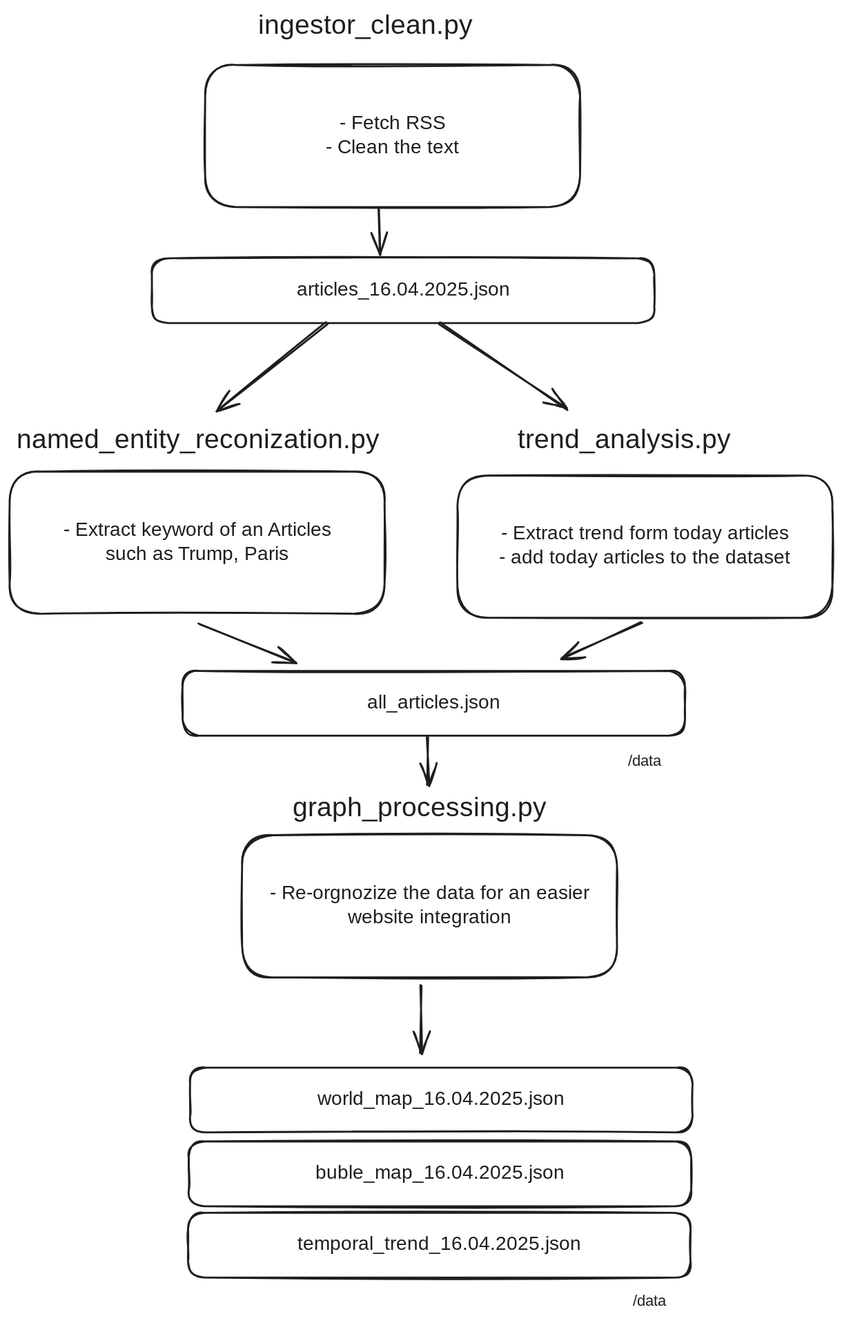
Before: milestones/res/pipeline.excalidraw.svg, a diagram exported from Excalidraw (com-480-data-visualization/NewsMaster). Source tidied: one line per element, renumbered; positions are measured from the earlier drawing's top-left corner, leaving out a move shared by most shapes.
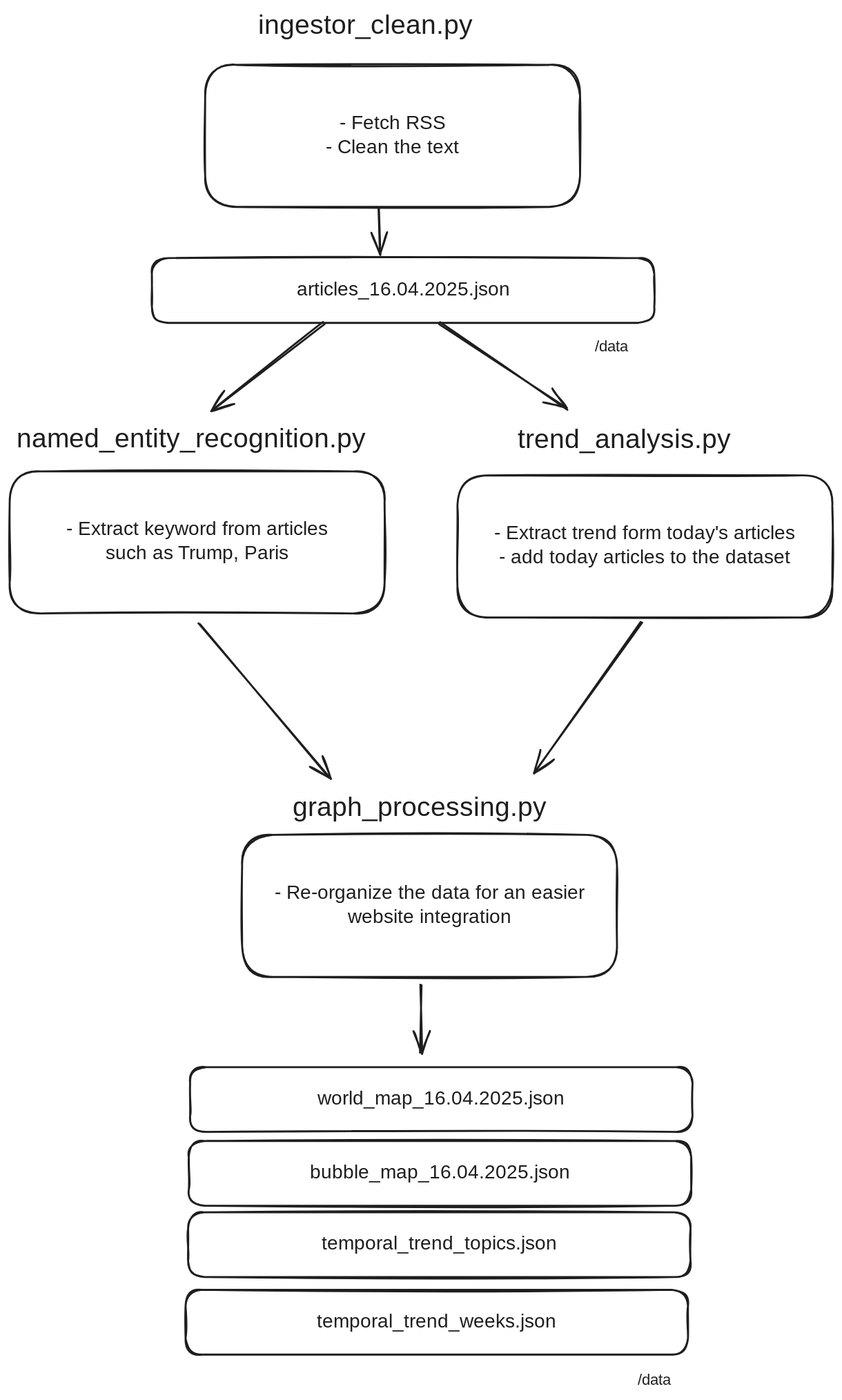
After the change.

Change to the diagram source:
```diff
@@ -2,30 +2,29 @@
 {"id": 1, "type": "text", "text": "- Fetch RSS\n- Clean the text", "strokeColor": "#1e1e1e", "strokeWidth": 2, "roughness": 1, "fontSize": 20, "fontFamily": 5, "textAlign": "center", "verticalAlign": "middle", "inside": 0, "x": 316, "y": 106, "width": 160, "height": 50}
 {"id": 2, "type": "text", "text": "ingestor_clean.py", "strokeColor": "#1e1e1e", "strokeWidth": 2, "roughness": 1, "fontSize": 28, "fontFamily": 5, "x": 257, "y": 0, "width": 234, "height": 35}
 {"id": 3, "type": "rectangle", "strokeColor": "#1e1e1e", "strokeWidth": 2, "roughness": 1, "round": true, "x": 0, "y": 478, "width": 388, "height": 147}
-{"id": 4, "type": "text", "text": "- Extract keyword of an Articles\nsuch as Trump, Paris", "strokeColor": "#1e1e1e", "strokeWidth": 2, "roughness": 1, "fontSize": 20, "fontFamily": 5, "textAlign": "center", "verticalAlign": "middle", "inside": 3, "x": 33, "y": 526, "width": 323, "height": 50}
+{"id": 4, "type": "text", "text": "- Extract keyword from articles\nsuch as Trump, Paris", "strokeColor": "#1e1e1e", "strokeWidth": 2, "roughness": 1, "fontSize": 20, "fontFamily": 5, "textAlign": "center", "verticalAlign": "middle", "inside": 3, "x": 38, "y": 526, "width": 312, "height": 50}
-{"id": 5, "type": "text", "text": "named_entity_reconization.py", "strokeColor": "#1e1e1e", "strokeWidth": 2, "roughness": 1, "fontSize": 28, "fontFamily": 5, "x": 7, "y": 429, "width": 403, "height": 35}
+{"id": 5, "type": "text", "text": "named_entity_recognition.py", "strokeColor": "#1e1e1e", "strokeWidth": 2, "roughness": 1, "fontSize": 28, "fontFamily": 5, "x": 7, "y": 429, "width": 387, "height": 35}
 {"id": 6, "type": "rectangle", "strokeColor": "#1e1e1e", "strokeWidth": 2, "roughness": 1, "round": true, "x": 463, "y": 482, "width": 388, "height": 147}
-{"id": 7, "type": "text", "text": "- Extract trend form today articles\n- add today articles to the dataset", "strokeColor": "#1e1e1e", "strokeWidth": 2, "roughness": 1, "fontSize": 20, "fontFamily": 5, "textAlign": "center", "verticalAlign": "middle", "inside": 6, "x": 479, "y": 530, "width": 357, "height": 50}
+{"id": 7, "type": "text", "text": "- Extract trend form today's articles\n- add today articles to the dataset", "strokeColor": "#1e1e1e", "strokeWidth": 2, "roughness": 1, "fontSize": 20, "fontFamily": 5, "textAlign": "center", "verticalAlign": "middle", "inside": 6, "x": 475, "y": 530, "width": 365, "height": 50}
 {"id": 8, "type": "text", "text": "trend_analysis.py", "strokeColor": "#1e1e1e", "strokeWidth": 2, "roughness": 1, "fontSize": 28, "fontFamily": 5, "x": 526, "y": 429, "width": 235, "height": 35}
 {"id": 9, "type": "rectangle", "strokeColor": "#1e1e1e", "strokeWidth": 2, "roughness": 1, "round": true, "x": 241, "y": 854, "width": 388, "height": 147}
-{"id": 10, "type": "text", "text": "- Re-orgnozize the data for an easier\nwebsite integration", "strokeColor": "#1e1e1e", "strokeWidth": 2, "roughness": 1, "fontSize": 20, "fontFamily": 5, "textAlign": "center", "verticalAlign": "middle", "inside": 9, "x": 250, "y": 902, "width": 370, "height": 50}
+{"id": 10, "type": "text", "text": "- Re-organize the data for an easier\nwebsite integration", "strokeColor": "#1e1e1e", "strokeWidth": 2, "roughness": 1, "fontSize": 20, "fontFamily": 5, "textAlign": "center", "verticalAlign": "middle", "inside": 9, "x": 256, "y": 902, "width": 358, "height": 50}
 {"id": 11, "type": "text", "text": "graph_processing.py", "strokeColor": "#1e1e1e", "strokeWidth": 2, "roughness": 1, "fontSize": 28, "fontFamily": 5, "x": 293, "y": 809, "width": 269, "height": 35}
 {"id": 12, "type": "rectangle", "strokeColor": "#1e1e1e", "strokeWidth": 2, "roughness": 1, "round": true, "x": 147, "y": 257, "width": 520, "height": 67}
 {"id": 13, "type": "text", "text": "articles_16.04.2025.json", "strokeColor": "#1e1e1e", "strokeWidth": 2, "roughness": 1, "fontSize": 20, "fontFamily": 5, "textAlign": "center", "verticalAlign": "middle", "inside": 12, "x": 286, "y": 278, "width": 242, "height": 25}
-{"id": 14, "type": "rectangle", "strokeColor": "#1e1e1e", "strokeWidth": 2, "roughness": 1, "round": true, "x": 179, "y": 684, "width": 520, "height": 67}
-{"id": 15, "type": "text", "text": "all_articles.json", "strokeColor": "#1e1e1e", "strokeWidth": 2, "roughness": 1, "fontSize": 20, "fontFamily": 5, "textAlign": "center", "verticalAlign": "middle", "inside": 14, "x": 363, "y": 705, "width": 152, "height": 25}
 {"id": 16, "type": "rectangle", "strokeColor": "#1e1e1e", "strokeWidth": 2, "roughness": 1, "round": true, "x": 187, "y": 1094, "width": 520, "height": 67}
 {"id": 17, "type": "text", "text": "world_map_16.04.2025.json", "strokeColor": "#1e1e1e", "strokeWidth": 2, "roughness": 1, "fontSize": 20, "fontFamily": 5, "textAlign": "center", "verticalAlign": "middle", "inside": 16, "x": 312, "y": 1115, "width": 269, "height": 25}
 {"id": 18, "type": "rectangle", "strokeColor": "#1e1e1e", "strokeWidth": 2, "roughness": 1, "round": true, "x": 185, "y": 1171, "width": 520, "height": 67}
-{"id": 19, "type": "text", "text": "buble_map_16.04.2025.json", "strokeColor": "#1e1e1e", "strokeWidth": 2, "roughness": 1, "fontSize": 20, "fontFamily": 5, "textAlign": "center", "verticalAlign": "middle", "inside": 18, "x": 312, "y": 1192, "width": 267, "height": 25}
+{"id": 19, "type": "text", "text": "bubble_map_16.04.2025.json", "strokeColor": "#1e1e1e", "strokeWidth": 2, "roughness": 1, "fontSize": 20, "fontFamily": 5, "textAlign": "center", "verticalAlign": "middle", "inside": 18, "x": 306, "y": 1192, "width": 278, "height": 25}
 {"id": 20, "type": "rectangle", "strokeColor": "#1e1e1e", "strokeWidth": 2, "roughness": 1, "round": true, "x": 185, "y": 1244, "width": 520, "height": 67}
-{"id": 21, "type": "text", "text": "temporal_trend_16.04.2025.json", "strokeColor": "#1e1e1e", "strokeWidth": 2, "roughness": 1, "fontSize": 20, "fontFamily": 5, "textAlign": "center", "verticalAlign": "middle", "inside": 20, "x": 286, "y": 1265, "width": 317, "height": 25}
+{"id": 21, "type": "text", "text": "temporal_trend_topics.json", "strokeColor": "#1e1e1e", "strokeWidth": 2, "roughness": 1, "fontSize": 20, "fontFamily": 5, "textAlign": "center", "verticalAlign": "middle", "inside": 20, "x": 312, "y": 1265, "width": 265, "height": 25}
-{"id": 22, "type": "text", "text": "/data", "strokeColor": "#1e1e1e", "strokeWidth": 2, "roughness": 1, "fontSize": 16, "fontFamily": 5, "x": 645, "y": 1326, "width": 45, "height": 20}
+{"id": 22, "type": "text", "text": "/data", "strokeColor": "#1e1e1e", "strokeWidth": 2, "roughness": 1, "fontSize": 16, "fontFamily": 5, "x": 650, "y": 1409, "width": 45, "height": 20}
 {"id": 23, "type": "arrow", "strokeColor": "#1e1e1e", "strokeWidth": 2, "roughness": 1, "endArrowhead": "arrow", "round": true, "from": 0, "to": 12, "x": 382, "y": 206, "width": 2, "height": 48, "points": [[0, 0], [2, 48]]}
-{"id": 24, "type": "arrow", "strokeColor": "#1e1e1e", "strokeWidth": 2, "roughness": 1, "endArrowhead": "arrow", "round": true, "from": 12, "to": 5, "x": 328, "y": 324, "width": 112, "height": 90, "points": [[0, 0], [-112, 90]]}
+{"id": 24, "type": "arrow", "strokeColor": "#1e1e1e", "strokeWidth": 2, "roughness": 1, "endArrowhead": "arrow", "round": true, "from": 12, "to": 5, "x": 325, "y": 324, "width": 115, "height": 90, "points": [[0, 0], [-115, 90]]}
 {"id": 25, "type": "arrow", "strokeColor": "#1e1e1e", "strokeWidth": 2, "roughness": 1, "endArrowhead": "arrow", "round": true, "from": 12, "to": 8, "x": 445, "y": 325, "width": 132, "height": 89, "points": [[0, 0], [132, 89]]}
-{"id": 26, "type": "arrow", "strokeColor": "#1e1e1e", "strokeWidth": 2, "roughness": 1, "endArrowhead": "arrow", "round": true, "from": 3, "to": 14, "x": 197, "y": 635, "width": 98, "height": 39, "points": [[0, 0], [98, 39]]}
+{"id": 26, "type": "arrow", "strokeColor": "#1e1e1e", "strokeWidth": 2, "roughness": 1, "endArrowhead": "arrow", "round": true, "from": 3, "to": 11, "x": 197, "y": 635, "width": 134, "height": 159, "points": [[0, 0], [134, 159]]}
-{"id": 27, "type": "arrow", "strokeColor": "#1e1e1e", "strokeWidth": 2, "roughness": 1, "endArrowhead": "arrow", "round": true, "from": 6, "to": 14, "x": 655, "y": 634, "width": 84, "height": 37, "points": [[0, 0], [-84, 37]]}
+{"id": 27, "type": "arrow", "strokeColor": "#1e1e1e", "strokeWidth": 2, "roughness": 1, "endArrowhead": "arrow", "round": true, "from": 6, "x": 655, "y": 634, "width": 112, "height": 156, "points": [[0, 0], [-112, 156]]}
-{"id": 28, "type": "arrow", "strokeColor": "#1e1e1e", "strokeWidth": 2, "roughness": 1, "endArrowhead": "arrow", "round": true, "from": 14, "to": 11, "x": 433, "y": 752, "width": 0, "height": 51, "points": [[0, 0], [0, 51]]}
-{"id": 29, "type": "text", "text": "/data", "strokeColor": "#1e1e1e", "strokeWidth": 2, "roughness": 1, "fontSize": 16, "fontFamily": 5, "x": 640, "y": 768, "width": 45, "height": 20}
+{"id": 29, "type": "text", "text": "/data", "strokeColor": "#1e1e1e", "strokeWidth": 2, "roughness": 1, "fontSize": 16, "fontFamily": 5, "x": 606, "y": 340, "width": 45, "height": 20}
 {"id": 30, "type": "arrow", "strokeColor": "#1e1e1e", "strokeWidth": 2, "roughness": 1, "endArrowhead": "arrow", "round": true, "from": 9, "to": 16, "x": 426, "y": 1009, "width": 0, "height": 72, "points": [[0, 0], [0, 72]]}
+{"id": 31, "type": "rectangle", "strokeColor": "#1e1e1e", "strokeWidth": 2, "roughness": 1, "round": true, "x": 182, "y": 1325, "width": 520, "height": 67}
+{"id": 32, "type": "text", "text": "temporal_trend_weeks.json", "strokeColor": "#1e1e1e", "strokeWidth": 2, "roughness": 1, "fontSize": 20, "fontFamily": 5, "textAlign": "center", "verticalAlign": "middle", "inside": 31, "x": 311, "y": 1346, "width": 263, "height": 25}
```
